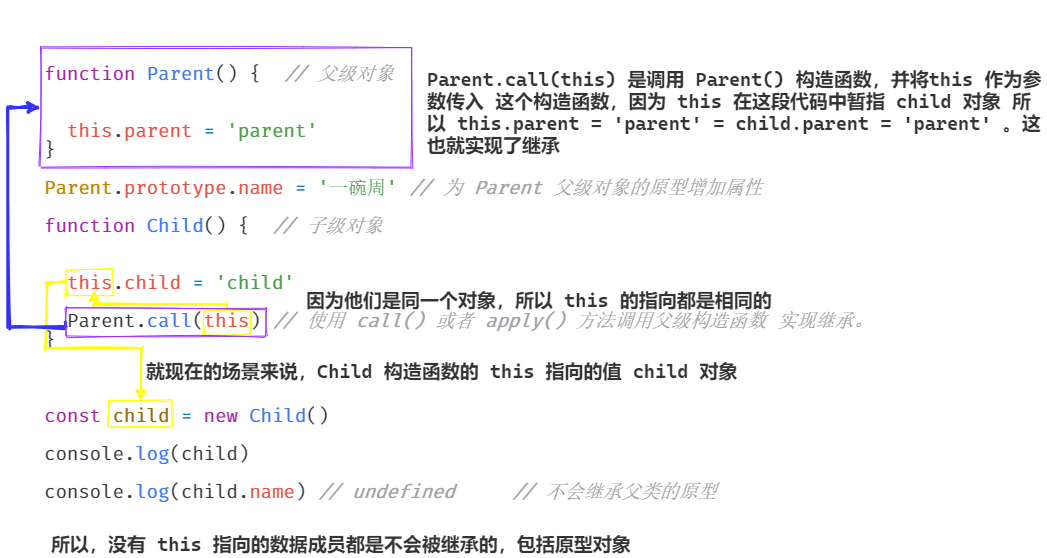
Before: 04_JavaScript高级语法/07_继承/image/02_借助构造函数继承.png, a diagram exported from draw.io (ywanzhou/Learn-front-end-from-scratc). Source tidied: cells renumbered, new cells last; positions are measured from the earlier drawing's top-left corner, leaving out a move shared by most shapes. The source it was exported from:
```xml
<mxGraphModel background="#FFFFFF">
  <root>
    <mxCell id="0" />
    <mxCell id="1" parent="0" />
    <mxCell id="2" value="&lt;div style=&quot;color: rgb(238 , 255 , 255) ; font-weight: normal ; font-size: 19px ; line-height: 22px&quot;&gt;&lt;div style=&quot;color: rgb(56 , 58 , 66) ; font-family: &amp;#34;fira code&amp;#34; , &amp;#34;consolas&amp;#34; , &amp;#34;courier new&amp;#34; , monospace ; line-height: 19px&quot;&gt;&lt;div&gt;&lt;span style=&quot;color: rgb(166 , 38 , 164)&quot;&gt;&lt;br&gt;&lt;/span&gt;&lt;/div&gt;&lt;div&gt;&lt;span style=&quot;color: rgb(166 , 38 , 164)&quot;&gt;&lt;br&gt;&lt;/span&gt;&lt;/div&gt;&lt;div&gt;&lt;span style=&quot;color: rgb(166 , 38 , 164)&quot;&gt;&lt;br&gt;&lt;/span&gt;&lt;/div&gt;&lt;div&gt;&lt;span style=&quot;color: rgb(166 , 38 , 164)&quot;&gt;function&lt;/span&gt; &lt;span style=&quot;color: rgb(64 , 120 , 242)&quot;&gt;Parent&lt;/span&gt;() { &amp;nbsp;&lt;span style=&quot;color: rgb(160 , 161 , 167) ; font-style: italic&quot;&gt;// 父级对象&lt;/span&gt;&lt;/div&gt;&lt;br&gt;&lt;br&gt;&lt;div&gt;&amp;nbsp; &lt;span style=&quot;color: #e45649&quot;&gt;this&lt;/span&gt;.&lt;span style=&quot;color: #e45649&quot;&gt;parent&lt;/span&gt; &lt;span style=&quot;color: #0184bc&quot;&gt;=&lt;/span&gt; &lt;span style=&quot;color: #50a14f&quot;&gt;'parent'&lt;/span&gt;&lt;/div&gt;&lt;div&gt;}&lt;/div&gt;&lt;br&gt;&lt;div&gt;&lt;span style=&quot;color: #c18401&quot;&gt;Parent&lt;/span&gt;.&lt;span style=&quot;color: #e45649&quot;&gt;prototype&lt;/span&gt;.&lt;span style=&quot;color: #e45649&quot;&gt;name&lt;/span&gt; &lt;span style=&quot;color: #0184bc&quot;&gt;=&lt;/span&gt; &lt;span style=&quot;color: #50a14f&quot;&gt;'一碗周'&lt;/span&gt; &lt;span style=&quot;color: #a0a1a7 ; font-style: italic&quot;&gt;// 为 Parent 父级对象的原型增加属性&lt;/span&gt;&lt;/div&gt;&lt;br&gt;&lt;div&gt;&lt;span style=&quot;color: #a626a4&quot;&gt;function&lt;/span&gt; &lt;span style=&quot;color: #4078f2&quot;&gt;Child&lt;/span&gt;() { &amp;nbsp;&lt;span style=&quot;color: #a0a1a7 ; font-style: italic&quot;&gt;// 子级对象&lt;/span&gt;&lt;/div&gt;&lt;br&gt;&lt;br&gt;&lt;div&gt;&amp;nbsp; &lt;span style=&quot;color: #e45649&quot;&gt;this&lt;/span&gt;.&lt;span style=&quot;color: #e45649&quot;&gt;child&lt;/span&gt; &lt;span style=&quot;color: #0184bc&quot;&gt;=&lt;/span&gt; &lt;span style=&quot;color: #50a14f&quot;&gt;'child'&lt;/span&gt;&lt;/div&gt;&lt;div style=&quot;color: rgb(56 , 58 , 66) ; font-family: &amp;#34;fira code&amp;#34; , &amp;#34;consolas&amp;#34; , &amp;#34;courier new&amp;#34; , monospace ; line-height: 19px&quot;&gt;&lt;br&gt;&lt;/div&gt;&lt;div&gt;&amp;nbsp; Parent.&lt;span style=&quot;color: #4078f2&quot;&gt;call&lt;/span&gt;(&lt;span style=&quot;color: #e45649&quot;&gt;this&lt;/span&gt;) &lt;span style=&quot;color: #a0a1a7 ; font-style: italic&quot;&gt;// 使用 call() 或者 apply() 方法调用父级构造函数 实现继承。&lt;/span&gt;&lt;/div&gt;&lt;div&gt;}&lt;/div&gt;&lt;div style=&quot;color: rgb(56 , 58 , 66) ; font-family: &amp;#34;fira code&amp;#34; , &amp;#34;consolas&amp;#34; , &amp;#34;courier new&amp;#34; , monospace ; line-height: 19px&quot;&gt;&lt;br&gt;&lt;/div&gt;&lt;div style=&quot;color: rgb(56 , 58 , 66) ; font-family: &amp;#34;fira code&amp;#34; , &amp;#34;consolas&amp;#34; , &amp;#34;courier new&amp;#34; , monospace ; line-height: 19px&quot;&gt;&lt;br&gt;&lt;/div&gt;&lt;br&gt;&lt;div&gt;&lt;span style=&quot;color: #a626a4&quot;&gt;const&lt;/span&gt; &lt;span style=&quot;color: #986801&quot;&gt;child&lt;/span&gt; &lt;span style=&quot;color: #0184bc&quot;&gt;=&lt;/span&gt; &lt;span style=&quot;color: #a626a4&quot;&gt;new&lt;/span&gt; &lt;span style=&quot;color: #4078f2&quot;&gt;Child&lt;/span&gt;()&lt;/div&gt;&lt;br&gt;&lt;div&gt;console.&lt;span style=&quot;color: #4078f2&quot;&gt;log&lt;/span&gt;(child)&lt;/div&gt;&lt;br&gt;&lt;div&gt;console.&lt;span style=&quot;color: #4078f2&quot;&gt;log&lt;/span&gt;(child.&lt;span style=&quot;color: #e45649&quot;&gt;name&lt;/span&gt;) &lt;span style=&quot;color: #a0a1a7 ; font-style: italic&quot;&gt;// undefined &amp;nbsp; &amp;nbsp; // 不会继承父类的原型&lt;/span&gt;&lt;/div&gt;&lt;br&gt;&lt;/div&gt;&lt;/div&gt;" style="text;whiteSpace=wrap;html=1;labelBackgroundColor=none;fontFamily=Cascadia Code;sketch=1;" parent="1" vertex="1">
      <mxGeometry x="34" width="981" height="390" as="geometry" />
    </mxCell>
    <mxCell id="3" style="edgeStyle=orthogonalEdgeStyle;rounded=0;jettySize=auto;html=1;exitX=0;exitY=0.5;exitDx=0;exitDy=0;entryX=0.5;entryY=0;entryDx=0;entryDy=0;strokeColor=#FFFF00;strokeWidth=2;fontFamily=Cascadia Code;sketch=1;" parent="1" edge="1" source="4" target="5">
      <mxGeometry relative="1" as="geometry" />
    </mxCell>
    <mxCell id="4" style="rounded=0;whiteSpace=wrap;html=1;labelBackgroundColor=none;fillColor=none;strokeColor=#FFFF00;fontFamily=Cascadia Code;sketch=1;" parent="1" vertex="1">
      <mxGeometry x="58" y="269" width="47" height="26" as="geometry" />
    </mxCell>
    <mxCell id="5" style="rounded=0;whiteSpace=wrap;html=1;labelBackgroundColor=none;fillColor=none;strokeColor=#FFFF00;fontFamily=Cascadia Code;sketch=1;" parent="1" vertex="1">
      <mxGeometry x="100" y="400" width="64" height="26" as="geometry" />
    </mxCell>
    <mxCell id="6" value="&lt;span style=&quot;font-size: 19px&quot;&gt;&lt;b&gt;&lt;font color=&quot;#333333&quot;&gt;就现在的场景来说，Child 构造函数的 this 指向的值 child 对象&lt;/font&gt;&lt;/b&gt;&lt;/span&gt;" style="text;whiteSpace=wrap;html=1;fontFamily=Cascadia Code;sketch=1;" parent="1" vertex="1">
      <mxGeometry x="136" y="353" width="621" height="31" as="geometry" />
    </mxCell>
    <mxCell id="7" style="edgeStyle=orthogonalEdgeStyle;rounded=0;jettySize=auto;html=1;exitX=0.5;exitY=0;exitDx=0;exitDy=0;entryX=0.5;entryY=1;entryDx=0;entryDy=0;strokeColor=#FFFF00;strokeWidth=2;fontFamily=Cascadia Code;sketch=1;" parent="1" edge="1" source="8">
      <mxGeometry relative="1" as="geometry">
        <mxPoint x="85.5" y="290" as="targetPoint" />
        <Array as="points">
          <mxPoint x="218" y="303" />
          <mxPoint x="86" y="303" />
        </Array>
      </mxGeometry>
    </mxCell>
    <mxCell id="8" style="rounded=0;whiteSpace=wrap;html=1;labelBackgroundColor=none;fillColor=none;strokeColor=#FFFF00;fontFamily=Cascadia Code;sketch=1;" parent="1" vertex="1">
      <mxGeometry x="195" y="309" width="47" height="25" as="geometry" />
    </mxCell>
    <mxCell id="9" value="&lt;span style=&quot;font-size: 19px&quot;&gt;&lt;b&gt;&lt;font color=&quot;#333333&quot;&gt;因为他们是同一个对象，所以 this 的指向都是相同的&lt;/font&gt;&lt;/b&gt;&lt;/span&gt;" style="text;whiteSpace=wrap;html=1;fontFamily=Cascadia Code;sketch=1;" parent="1" vertex="1">
      <mxGeometry x="296" y="282" width="621" height="31" as="geometry" />
    </mxCell>
    <mxCell id="10" style="edgeStyle=orthogonalEdgeStyle;rounded=0;jettySize=auto;html=1;exitX=0;exitY=0.5;exitDx=0;exitDy=0;entryX=0;entryY=0.5;entryDx=0;entryDy=0;strokeColor=#3333FF;strokeWidth=3;fontFamily=Cascadia Code;sketch=1;" parent="1" edge="1" source="11" target="12">
      <mxGeometry relative="1" as="geometry">
        <Array as="points">
          <mxPoint y="327" />
          <mxPoint y="107" />
        </Array>
      </mxGeometry>
    </mxCell>
    <mxCell id="11" style="rounded=0;whiteSpace=wrap;html=1;labelBackgroundColor=none;fillColor=none;strokeColor=#9933FF;fontFamily=Cascadia Code;sketch=1;" parent="1" vertex="1">
      <mxGeometry x="57" y="307.5" width="200" height="28" as="geometry" />
    </mxCell>
    <mxCell id="12" style="rounded=0;whiteSpace=wrap;html=1;labelBackgroundColor=none;fillColor=none;strokeColor=#9933FF;fontFamily=Cascadia Code;sketch=1;" parent="1" vertex="1">
      <mxGeometry x="32" y="47" width="371" height="120" as="geometry" />
    </mxCell>
    <mxCell id="13" value="&lt;span style=&quot;font-size: 19px&quot;&gt;&lt;b&gt;&lt;font color=&quot;#333333&quot;&gt;Parent.call(this) 是调用 Parent() 构造函数，并将this 作为参数传入 这个构造函数，因为 this 在这段代码中暂指 child 对象 所以 this.parent = 'parent' = child.parent = 'parent' 。这也就实现了继承&lt;/font&gt;&lt;/b&gt;&lt;/span&gt;" style="text;whiteSpace=wrap;html=1;fontFamily=Cascadia Code;sketch=1;" parent="1" vertex="1">
      <mxGeometry x="417" y="61" width="621" height="31" as="geometry" />
    </mxCell>
    <mxCell id="14" value="&lt;span style=&quot;font-size: 19px&quot;&gt;&lt;b&gt;&lt;font color=&quot;#333333&quot;&gt;所以，没有 this 指向的数据成员都是不会被继承的，包括原型对象&lt;/font&gt;&lt;/b&gt;&lt;/span&gt;" style="text;whiteSpace=wrap;html=1;fontFamily=Cascadia Code;sketch=1;" parent="1" vertex="1">
      <mxGeometry x="41" y="526" width="621" height="31" as="geometry" />
    </mxCell>
  </root>
</mxGraphModel>
```
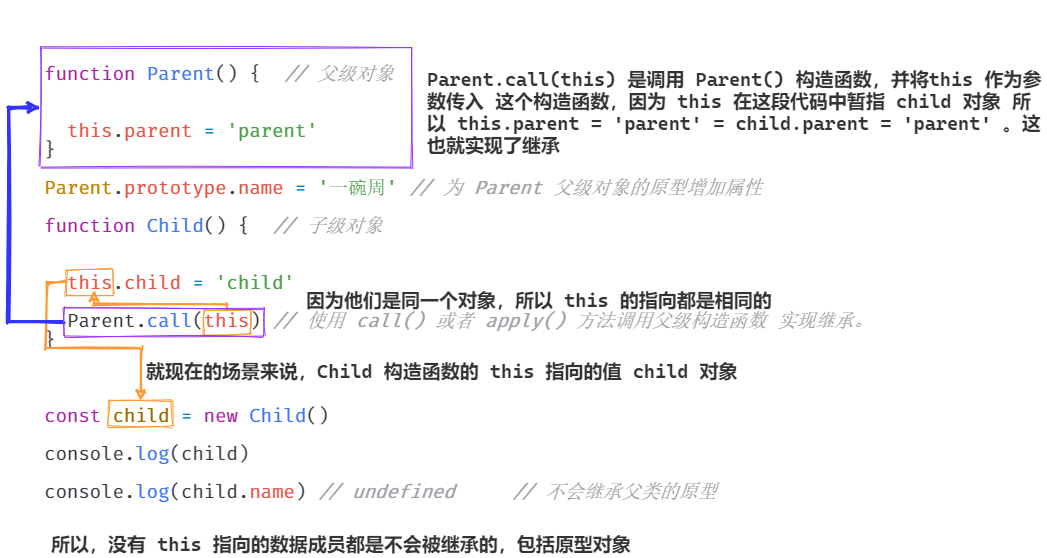
After the commit.

Diff of the diagram source:
```diff
@@ -5,19 +5,19 @@
     <mxCell id="2" value="&lt;div style=&quot;color: rgb(238 , 255 , 255) ; font-weight: normal ; font-size: 19px ; line-height: 22px&quot;&gt;&lt;div style=&quot;color: rgb(56 , 58 , 66) ; font-family: &amp;#34;fira code&amp;#34; , &amp;#34;consolas&amp;#34; , &amp;#34;courier new&amp;#34; , monospace ; line-height: 19px&quot;&gt;&lt;div&gt;&lt;span style=&quot;color: rgb(166 , 38 , 164)&quot;&gt;&lt;br&gt;&lt;/span&gt;&lt;/div&gt;&lt;div&gt;&lt;span style=&quot;color: rgb(166 , 38 , 164)&quot;&gt;&lt;br&gt;&lt;/span&gt;&lt;/div&gt;&lt;div&gt;&lt;span style=&quot;color: rgb(166 , 38 , 164)&quot;&gt;&lt;br&gt;&lt;/span&gt;&lt;/div&gt;&lt;div&gt;&lt;span style=&quot;color: rgb(166 , 38 , 164)&quot;&gt;function&lt;/span&gt; &lt;span style=&quot;color: rgb(64 , 120 , 242)&quot;&gt;Parent&lt;/span&gt;() { &amp;nbsp;&lt;span style=&quot;color: rgb(160 , 161 , 167) ; font-style: italic&quot;&gt;// 父级对象&lt;/span&gt;&lt;/div&gt;&lt;br&gt;&lt;br&gt;&lt;div&gt;&amp;nbsp; &lt;span style=&quot;color: #e45649&quot;&gt;this&lt;/span&gt;.&lt;span style=&quot;color: #e45649&quot;&gt;parent&lt;/span&gt; &lt;span style=&quot;color: #0184bc&quot;&gt;=&lt;/span&gt; &lt;span style=&quot;color: #50a14f&quot;&gt;'parent'&lt;/span&gt;&lt;/div&gt;&lt;div&gt;}&lt;/div&gt;&lt;br&gt;&lt;div&gt;&lt;span style=&quot;color: #c18401&quot;&gt;Parent&lt;/span&gt;.&lt;span style=&quot;color: #e45649&quot;&gt;prototype&lt;/span&gt;.&lt;span style=&quot;color: #e45649&quot;&gt;name&lt;/span&gt; &lt;span style=&quot;color: #0184bc&quot;&gt;=&lt;/span&gt; &lt;span style=&quot;color: #50a14f&quot;&gt;'一碗周'&lt;/span&gt; &lt;span style=&quot;color: #a0a1a7 ; font-style: italic&quot;&gt;// 为 Parent 父级对象的原型增加属性&lt;/span&gt;&lt;/div&gt;&lt;br&gt;&lt;div&gt;&lt;span style=&quot;color: #a626a4&quot;&gt;function&lt;/span&gt; &lt;span style=&quot;color: #4078f2&quot;&gt;Child&lt;/span&gt;() { &amp;nbsp;&lt;span style=&quot;color: #a0a1a7 ; font-style: italic&quot;&gt;// 子级对象&lt;/span&gt;&lt;/div&gt;&lt;br&gt;&lt;br&gt;&lt;div&gt;&amp;nbsp; &lt;span style=&quot;color: #e45649&quot;&gt;this&lt;/span&gt;.&lt;span style=&quot;color: #e45649&quot;&gt;child&lt;/span&gt; &lt;span style=&quot;color: #0184bc&quot;&gt;=&lt;/span&gt; &lt;span style=&quot;color: #50a14f&quot;&gt;'child'&lt;/span&gt;&lt;/div&gt;&lt;div style=&quot;color: rgb(56 , 58 , 66) ; font-family: &amp;#34;fira code&amp;#34; , &amp;#34;consolas&amp;#34; , &amp;#34;courier new&amp;#34; , monospace ; line-height: 19px&quot;&gt;&lt;br&gt;&lt;/div&gt;&lt;div&gt;&amp;nbsp; Parent.&lt;span style=&quot;color: #4078f2&quot;&gt;call&lt;/span&gt;(&lt;span style=&quot;color: #e45649&quot;&gt;this&lt;/span&gt;) &lt;span style=&quot;color: #a0a1a7 ; font-style: italic&quot;&gt;// 使用 call() 或者 apply() 方法调用父级构造函数 实现继承。&lt;/span&gt;&lt;/div&gt;&lt;div&gt;}&lt;/div&gt;&lt;div style=&quot;color: rgb(56 , 58 , 66) ; font-family: &amp;#34;fira code&amp;#34; , &amp;#34;consolas&amp;#34; , &amp;#34;courier new&amp;#34; , monospace ; line-height: 19px&quot;&gt;&lt;br&gt;&lt;/div&gt;&lt;div style=&quot;color: rgb(56 , 58 , 66) ; font-family: &amp;#34;fira code&amp;#34; , &amp;#34;consolas&amp;#34; , &amp;#34;courier new&amp;#34; , monospace ; line-height: 19px&quot;&gt;&lt;br&gt;&lt;/div&gt;&lt;br&gt;&lt;div&gt;&lt;span style=&quot;color: #a626a4&quot;&gt;const&lt;/span&gt; &lt;span style=&quot;color: #986801&quot;&gt;child&lt;/span&gt; &lt;span style=&quot;color: #0184bc&quot;&gt;=&lt;/span&gt; &lt;span style=&quot;color: #a626a4&quot;&gt;new&lt;/span&gt; &lt;span style=&quot;color: #4078f2&quot;&gt;Child&lt;/span&gt;()&lt;/div&gt;&lt;br&gt;&lt;div&gt;console.&lt;span style=&quot;color: #4078f2&quot;&gt;log&lt;/span&gt;(child)&lt;/div&gt;&lt;br&gt;&lt;div&gt;console.&lt;span style=&quot;color: #4078f2&quot;&gt;log&lt;/span&gt;(child.&lt;span style=&quot;color: #e45649&quot;&gt;name&lt;/span&gt;) &lt;span style=&quot;color: #a0a1a7 ; font-style: italic&quot;&gt;// undefined &amp;nbsp; &amp;nbsp; // 不会继承父类的原型&lt;/span&gt;&lt;/div&gt;&lt;br&gt;&lt;/div&gt;&lt;/div&gt;" style="text;whiteSpace=wrap;html=1;labelBackgroundColor=none;fontFamily=Cascadia Code;sketch=1;" parent="1" vertex="1">
       <mxGeometry x="34" width="981" height="390" as="geometry" />
     </mxCell>
-    <mxCell id="3" style="edgeStyle=orthogonalEdgeStyle;rounded=0;jettySize=auto;html=1;exitX=0;exitY=0.5;exitDx=0;exitDy=0;entryX=0.5;entryY=0;entryDx=0;entryDy=0;strokeColor=#FFFF00;strokeWidth=2;fontFamily=Cascadia Code;sketch=1;" parent="1" edge="1" source="4" target="5">
+    <mxCell id="3" style="edgeStyle=orthogonalEdgeStyle;rounded=0;jettySize=auto;html=1;exitX=0;exitY=0.5;exitDx=0;exitDy=0;entryX=0.5;entryY=0;entryDx=0;entryDy=0;strokeWidth=2;fontFamily=Cascadia Code;sketch=1;strokeColor=#FF9933;" parent="1" edge="1" source="4" target="5">
       <mxGeometry relative="1" as="geometry" />
     </mxCell>
-    <mxCell id="4" style="rounded=0;whiteSpace=wrap;html=1;labelBackgroundColor=none;fillColor=none;strokeColor=#FFFF00;fontFamily=Cascadia Code;sketch=1;" parent="1" vertex="1">
+    <mxCell id="4" style="rounded=0;whiteSpace=wrap;html=1;labelBackgroundColor=none;fillColor=none;fontFamily=Cascadia Code;sketch=1;strokeColor=#FF9933;" parent="1" vertex="1">
       <mxGeometry x="58" y="269" width="47" height="26" as="geometry" />
     </mxCell>
-    <mxCell id="5" style="rounded=0;whiteSpace=wrap;html=1;labelBackgroundColor=none;fillColor=none;strokeColor=#FFFF00;fontFamily=Cascadia Code;sketch=1;" parent="1" vertex="1">
+    <mxCell id="5" style="rounded=0;whiteSpace=wrap;html=1;labelBackgroundColor=none;fillColor=none;fontFamily=Cascadia Code;sketch=1;strokeColor=#FF9933;" parent="1" vertex="1">
       <mxGeometry x="100" y="400" width="64" height="26" as="geometry" />
     </mxCell>
     <mxCell id="6" value="&lt;span style=&quot;font-size: 19px&quot;&gt;&lt;b&gt;&lt;font color=&quot;#333333&quot;&gt;就现在的场景来说，Child 构造函数的 this 指向的值 child 对象&lt;/font&gt;&lt;/b&gt;&lt;/span&gt;" style="text;whiteSpace=wrap;html=1;fontFamily=Cascadia Code;sketch=1;" parent="1" vertex="1">
       <mxGeometry x="136" y="353" width="621" height="31" as="geometry" />
     </mxCell>
-    <mxCell id="7" style="edgeStyle=orthogonalEdgeStyle;rounded=0;jettySize=auto;html=1;exitX=0.5;exitY=0;exitDx=0;exitDy=0;entryX=0.5;entryY=1;entryDx=0;entryDy=0;strokeColor=#FFFF00;strokeWidth=2;fontFamily=Cascadia Code;sketch=1;" parent="1" edge="1" source="8">
+    <mxCell id="7" style="edgeStyle=orthogonalEdgeStyle;rounded=0;jettySize=auto;html=1;exitX=0.5;exitY=0;exitDx=0;exitDy=0;entryX=0.5;entryY=1;entryDx=0;entryDy=0;strokeWidth=2;fontFamily=Cascadia Code;sketch=1;strokeColor=#FF9933;" parent="1" edge="1" source="8">
       <mxGeometry relative="1" as="geometry">
         <mxPoint x="85.5" y="290" as="targetPoint" />
         <Array as="points">
@@ -26,7 +26,7 @@
         </Array>
       </mxGeometry>
     </mxCell>
-    <mxCell id="8" style="rounded=0;whiteSpace=wrap;html=1;labelBackgroundColor=none;fillColor=none;strokeColor=#FFFF00;fontFamily=Cascadia Code;sketch=1;" parent="1" vertex="1">
+    <mxCell id="8" style="rounded=0;whiteSpace=wrap;html=1;labelBackgroundColor=none;fillColor=none;fontFamily=Cascadia Code;sketch=1;strokeColor=#FF9933;" parent="1" vertex="1">
       <mxGeometry x="195" y="309" width="47" height="25" as="geometry" />
     </mxCell>
     <mxCell id="9" value="&lt;span style=&quot;font-size: 19px&quot;&gt;&lt;b&gt;&lt;font color=&quot;#333333&quot;&gt;因为他们是同一个对象，所以 this 的指向都是相同的&lt;/font&gt;&lt;/b&gt;&lt;/span&gt;" style="text;whiteSpace=wrap;html=1;fontFamily=Cascadia Code;sketch=1;" parent="1" vertex="1">
@@ -35,13 +35,13 @@
     <mxCell id="10" style="edgeStyle=orthogonalEdgeStyle;rounded=0;jettySize=auto;html=1;exitX=0;exitY=0.5;exitDx=0;exitDy=0;entryX=0;entryY=0.5;entryDx=0;entryDy=0;strokeColor=#3333FF;strokeWidth=3;fontFamily=Cascadia Code;sketch=1;" parent="1" edge="1" source="11" target="12">
       <mxGeometry relative="1" as="geometry">
         <Array as="points">
-          <mxPoint y="327" />
+          <mxPoint y="322" />
           <mxPoint y="107" />
         </Array>
       </mxGeometry>
     </mxCell>
     <mxCell id="11" style="rounded=0;whiteSpace=wrap;html=1;labelBackgroundColor=none;fillColor=none;strokeColor=#9933FF;fontFamily=Cascadia Code;sketch=1;" parent="1" vertex="1">
-      <mxGeometry x="57" y="307.5" width="200" height="28" as="geometry" />
+      <mxGeometry x="55" y="307.5" width="200" height="28" as="geometry" />
     </mxCell>
     <mxCell id="12" style="rounded=0;whiteSpace=wrap;html=1;labelBackgroundColor=none;fillColor=none;strokeColor=#9933FF;fontFamily=Cascadia Code;sketch=1;" parent="1" vertex="1">
       <mxGeometry x="32" y="47" width="371" height="120" as="geometry" />
```
